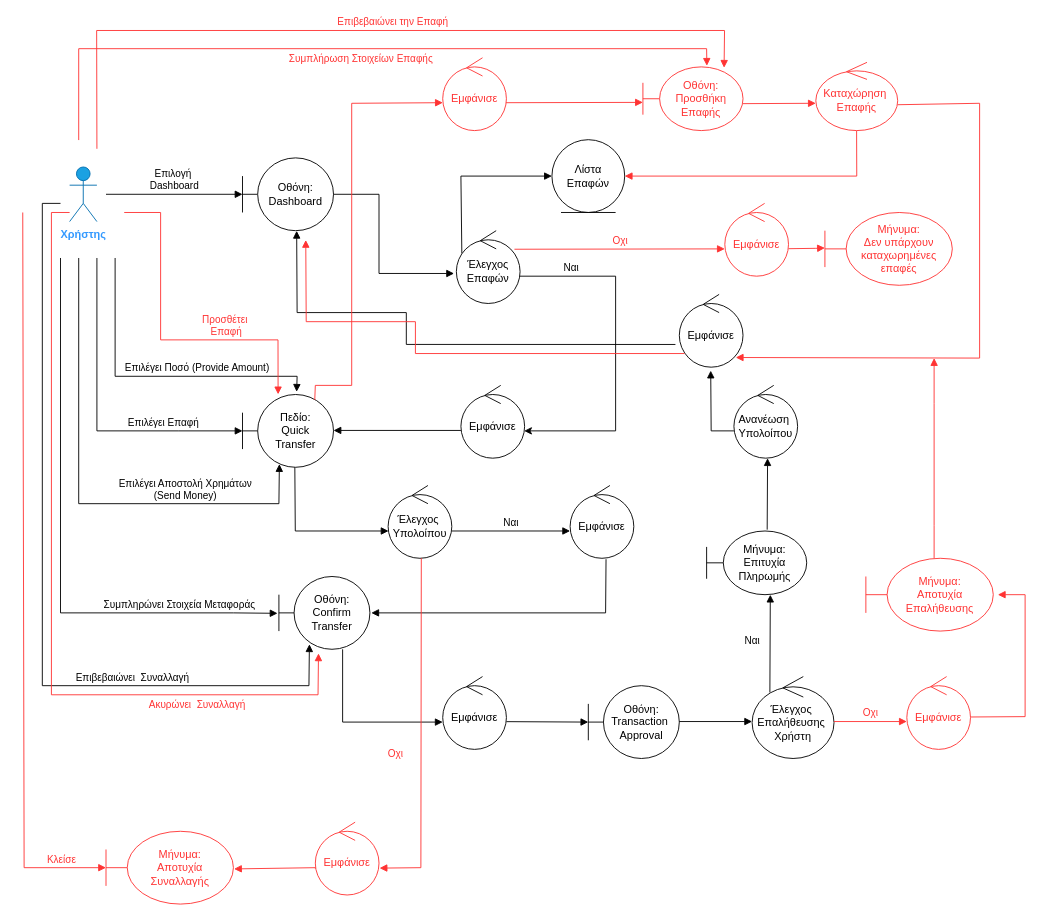
VasilisKyriakos/financial-wallet keeps this draw.io diagram as 3ο Παραδοτέο/Robustness/1. QuickTransfer/QuickTransfer.drawio. Above is the earlier version. Source tidied: cells renumbered, new cells numbered last; positions are measured from the earlier drawing's top-left corner, leaving out a move shared by most shapes. Both pictures are drawn from the tidied source at 91%, with x=0, y=0 at pixel (22, 30).
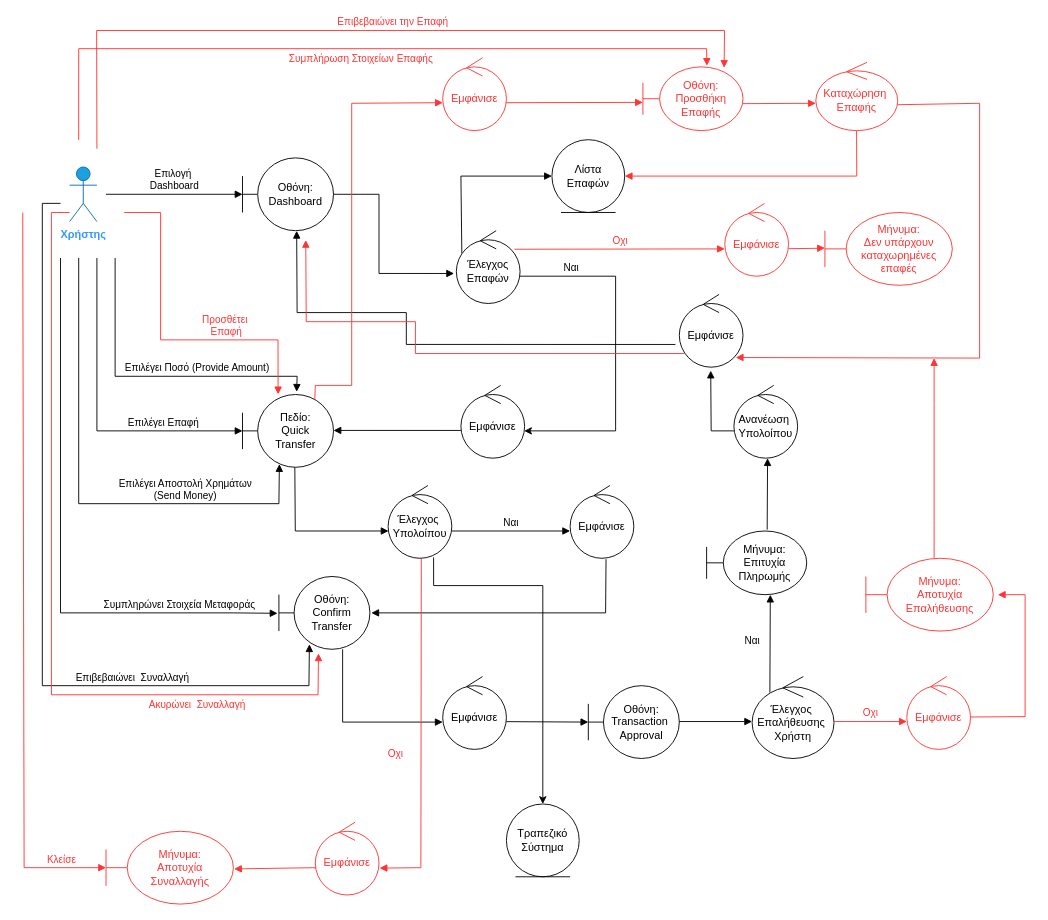
Above is the later version.

The change refers to these unchanged cells:
```xml
<mxCell id="19" value="Έλεγχος&amp;nbsp;&lt;br&gt;Υπολοίπου" style="ellipse;shape=umlControl;whiteSpace=wrap;html=1;" parent="1" vertex="1">
  <mxGeometry x="402" y="500" width="70" height="80" as="geometry" />
</mxCell>
```

What changed in the source:
```diff
@@
+    <mxCell id="67" value="Τραπεζικό Σύστημα" style="ellipse;shape=umlEntity;whiteSpace=wrap;html=1;" parent="1" vertex="1">
+      <mxGeometry x="532" y="850" width="80" height="80" as="geometry" />
+    </mxCell>
+    <mxCell id="68" style="endArrow=classic;html=1;rounded=0;exitX=0.714;exitY=0.988;exitDx=0;exitDy=0;exitPerimeter=0;entryX=0.5;entryY=0;entryDx=0;entryDy=0;" parent="1" edge="1" source="19" target="67">
+      <mxGeometry relative="1" as="geometry">
+        <Array as="points">
+          <mxPoint x="452" y="610" />
+          <mxPoint x="572" y="610" />
+        </Array>
+      </mxGeometry>
+    </mxCell>
```
